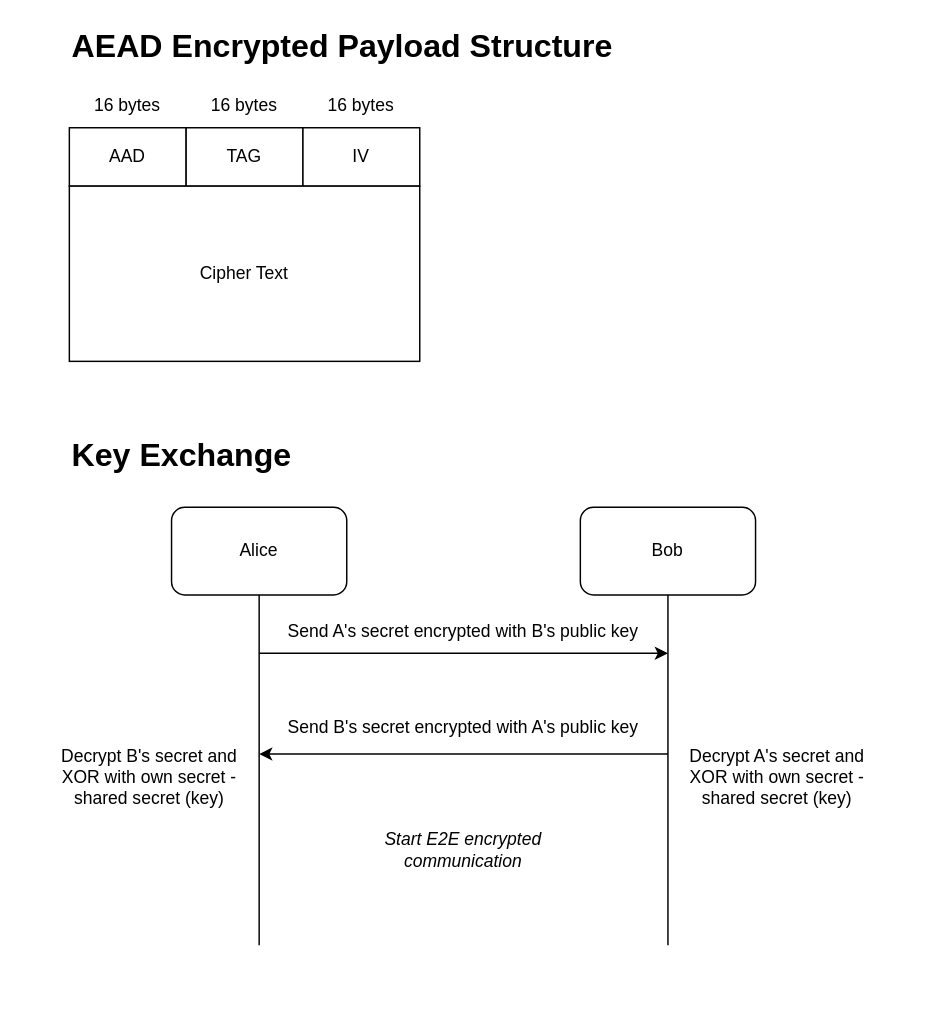
Earlier version of the draw.io diagram page "Encrypted Packet" (8 of 10) of Software-Architecture.drawio (Prototype-Aether/Prototype-Aether). Source tidied: cells renumbered, new cells numbered last; positions are measured from the earlier drawing's top-left corner, leaving out a move shared by most shapes. Both pictures are drawn from the tidied source at 146%, with x=0, y=0 at pixel (39, 25).
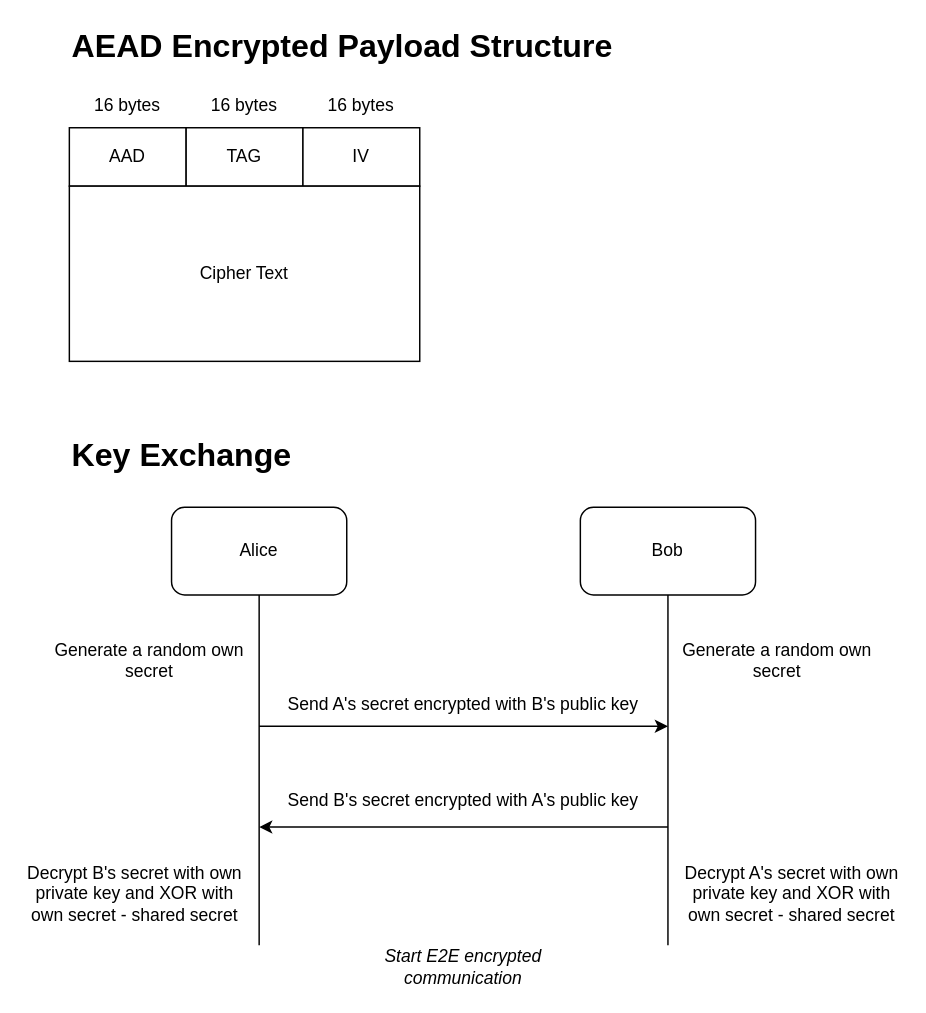
The same page after the edit.

Diff of the diagram source:
```diff
@@
     <mxCell id="15" style="endArrow=classic;html=1;rounded=0;" parent="1" edge="1">
       <mxGeometry relative="1" as="geometry">
-        <mxPoint x="150" y="430" as="sourcePoint" />
-        <mxPoint x="430" y="430" as="targetPoint" />
+        <mxPoint x="150" y="480" as="sourcePoint" />
+        <mxPoint x="430" y="480" as="targetPoint" />
       </mxGeometry>
     </mxCell>
     <mxCell id="16" value="Send A's secret encrypted with B's public key" style="text;html=1;strokeColor=none;fillColor=none;align=center;verticalAlign=middle;whiteSpace=wrap;rounded=0;" parent="1" vertex="1">
-      <mxGeometry x="150" y="400" width="280" height="30" as="geometry" />
+      <mxGeometry x="150" y="450" width="280" height="30" as="geometry" />
     </mxCell>
     <mxCell id="17" style="endArrow=classic;html=1;rounded=0;" parent="1" edge="1">
       <mxGeometry relative="1" as="geometry">
-        <mxPoint x="430" y="499" as="sourcePoint" />
-        <mxPoint x="150" y="499" as="targetPoint" />
+        <mxPoint x="430" y="549" as="sourcePoint" />
+        <mxPoint x="150" y="549" as="targetPoint" />
       </mxGeometry>
     </mxCell>
     <mxCell id="18" value="Send B's secret encrypted with A's public key" style="text;html=1;strokeColor=none;fillColor=none;align=center;verticalAlign=middle;whiteSpace=wrap;rounded=0;" parent="1" vertex="1">
-      <mxGeometry x="150" y="466" width="280" height="30" as="geometry" />
+      <mxGeometry x="150" y="516" width="280" height="30" as="geometry" />
     </mxCell>
-    <mxCell id="19" value="Decrypt A's secret and XOR with own secret - shared secret (key)" style="text;html=1;strokeColor=none;fillColor=none;align=center;verticalAlign=middle;whiteSpace=wrap;rounded=0;" parent="1" vertex="1">
-      <mxGeometry x="430" y="500" width="150" height="30" as="geometry" />
+    <mxCell id="19" value="Decrypt A's secret with own private key and XOR with own secret - shared secret" style="text;html=1;strokeColor=none;fillColor=none;align=center;verticalAlign=middle;whiteSpace=wrap;rounded=0;" parent="1" vertex="1">
+      <mxGeometry x="440" y="580" width="150" height="30" as="geometry" />
     </mxCell>
-    <mxCell id="20" value="Decrypt B's secret and XOR with own secret - shared secret (key)" style="text;html=1;strokeColor=none;fillColor=none;align=center;verticalAlign=middle;whiteSpace=wrap;rounded=0;" parent="1" vertex="1">
-      <mxGeometry y="500" width="150" height="30" as="geometry" />
+    <mxCell id="20" value="Decrypt B's secret with own private key and XOR with own secret - shared secret" style="text;html=1;strokeColor=none;fillColor=none;align=center;verticalAlign=middle;whiteSpace=wrap;rounded=0;" parent="1" vertex="1">
+      <mxGeometry x="-10" y="580" width="150" height="30" as="geometry" />
     </mxCell>
     <mxCell id="21" value="Start E2E encrypted communication" style="text;html=1;strokeColor=none;fillColor=none;align=center;verticalAlign=middle;whiteSpace=wrap;rounded=0;fontStyle=2;" parent="1" vertex="1">
-      <mxGeometry x="200" y="550" width="180" height="30" as="geometry" />
+      <mxGeometry x="200" y="630" width="180" height="30" as="geometry" />
     </mxCell>
+    <mxCell id="22" value="Generate a random own secret" style="text;html=1;strokeColor=none;fillColor=none;align=center;verticalAlign=middle;whiteSpace=wrap;rounded=0;" parent="1" vertex="1">
+      <mxGeometry x="430" y="420" width="150" height="30" as="geometry" />
+    </mxCell>
+    <mxCell id="23" value="Generate a random own secret" style="text;html=1;strokeColor=none;fillColor=none;align=center;verticalAlign=middle;whiteSpace=wrap;rounded=0;" parent="1" vertex="1">
+      <mxGeometry y="420" width="150" height="30" as="geometry" />
+    </mxCell>
```
